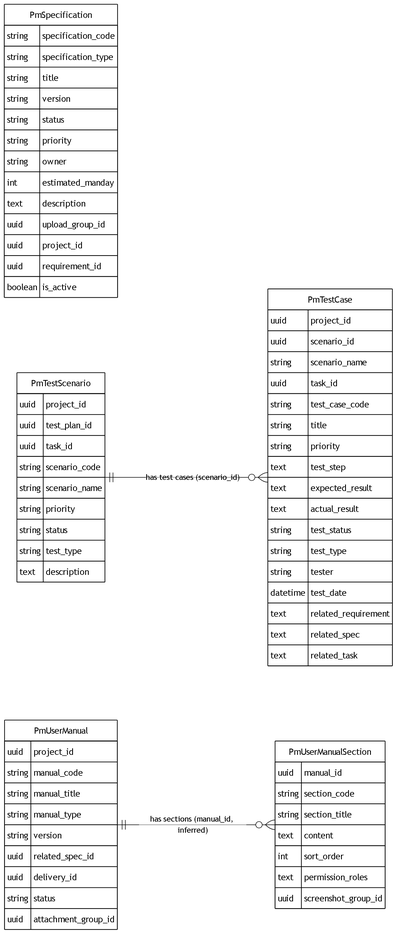
This is docs/erd/erd-04a2-spec-test-manual.png from softinter-chiangrai/sic-project, a Mermaid export, as it was before one commit. Its source is kept beside it as docs/erd/erd-04a2-spec-test-manual.mmd.
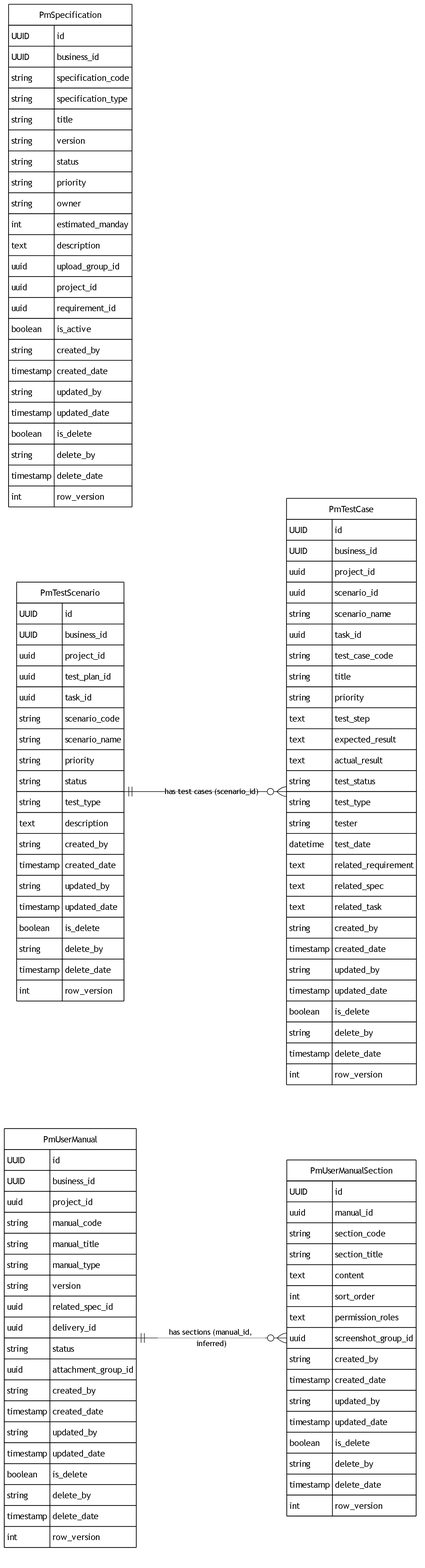
After the commit.

Change to the diagram source:
```diff
@@ -4,6 +4,8 @@
 
 %%{init: {"theme": "base", "themeVariables": {"primaryColor": "#ffffff", "primaryBorderColor": "#000000", "primaryTextColor": "#000000", "lineColor": "#000000", "secondaryColor": "#ffffff", "tertiaryColor": "#ffffff"}, "er": {"diagramPadding": 8, "entityPadding": 12, "minEntityWidth": 90, "minEntityHeight": 40, "fontSize": 22}}}%%
     PmSpecification {
+        UUID id
+        UUID business_id
         string specification_code
         string specification_type
         string title
@@ -17,9 +19,19 @@
         uuid project_id
         uuid requirement_id
         boolean is_active
+        string created_by
+        timestamp created_date
+        string updated_by
+        timestamp updated_date
+        boolean is_delete
+        string delete_by
+        timestamp delete_date
+        int row_version
     }
 
     PmTestScenario {
+        UUID id
+        UUID business_id
         uuid project_id
         uuid test_plan_id
         uuid task_id
@@ -29,9 +41,19 @@
         string status
         string test_type
         text description
+        string created_by
+        timestamp created_date
+        string updated_by
+        timestamp updated_date
+        boolean is_delete
+        string delete_by
+        timestamp delete_date
+        int row_version
     }
 
     PmTestCase {
+        UUID id
+        UUID business_id
         uuid project_id
         uuid scenario_id
         string scenario_name
@@ -49,9 +71,19 @@
         text related_requirement
         text related_spec
         text related_task
+        string created_by
+        timestamp created_date
+        string updated_by
+        timestamp updated_date
+        boolean is_delete
+        string delete_by
+        timestamp delete_date
+        int row_version
     }
 
     PmUserManual {
+        UUID id
+        UUID business_id
         uuid project_id
         string manual_code
         string manual_title
@@ -61,9 +93,18 @@
         uuid delivery_id
         string status
         uuid attachment_group_id
+        string created_by
+        timestamp created_date
+        string updated_by
+        timestamp updated_date
+        boolean is_delete
+        string delete_by
+        timestamp delete_date
+        int row_version
     }
 
     PmUserManualSection {
+        UUID id
         uuid manual_id
         string section_code
         string section_title
@@ -71,6 +112,14 @@
         int sort_order
         text permission_roles
         uuid screenshot_group_id
+        string created_by
+        timestamp created_date
+        string updated_by
+        timestamp updated_date
+        boolean is_delete
+        string delete_by
+        timestamp delete_date
+        int row_version
     }
 
     PmTestScenario ||--o{ PmTestCase : "has test cases (scenario_id)"
```
